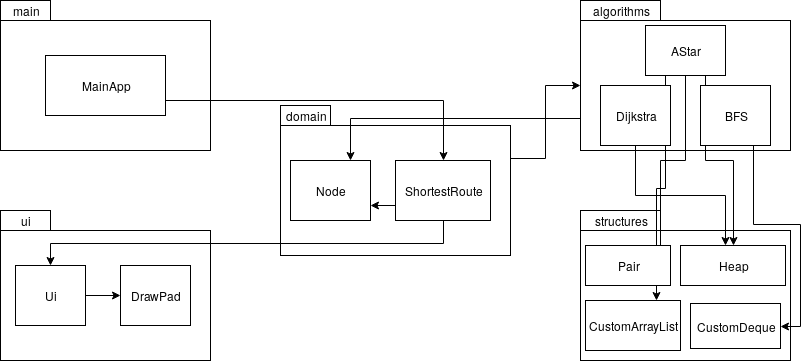
hartzka/ShortestPathSolver keeps this draw.io diagram as dokumentaatio/images/structure.png. Above is the earlier version. Source tidied: cells renumbered, new cells last; positions are measured from the earlier drawing's top-left corner, leaving out a move shared by most shapes.
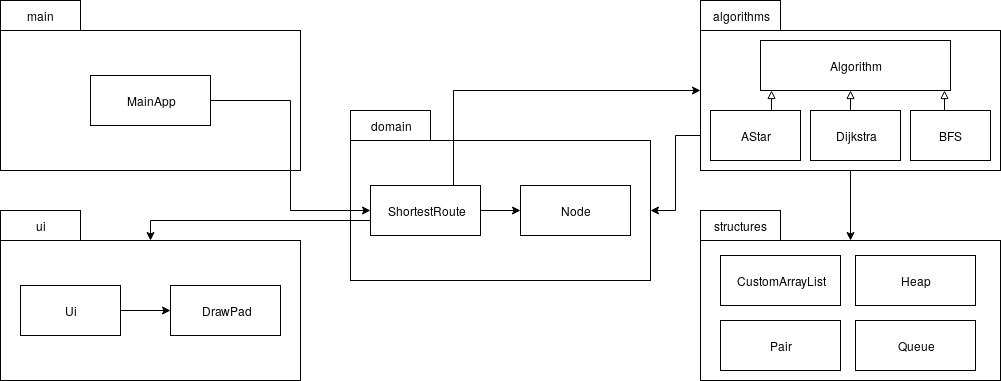
After the commit.

The edit, as a diff of the source:
```diff
@@ -2,104 +2,116 @@
   <root>
     <mxCell id="0" />
     <mxCell id="1" parent="0" />
-    <mxCell id="2" style="rounded=0;whiteSpace=wrap;html=1;" parent="1" vertex="1">
-      <mxGeometry y="20" width="210" height="130" as="geometry" />
-    </mxCell>
+    <mxCell id="35" style="rounded=0;whiteSpace=wrap;html=1;" parent="1" vertex="1">
+      <mxGeometry x="-40" y="105" width="300" height="140" as="geometry" />
+    </mxCell>
+    <mxCell id="36" style="rounded=0;whiteSpace=wrap;html=1;" parent="1" vertex="1">
+      <mxGeometry x="660" y="315" width="300" height="140" as="geometry" />
+    </mxCell>
+    <mxCell id="37" style="edgeStyle=orthogonalEdgeStyle;rounded=0;jettySize=auto;html=1;exitX=0;exitY=0.75;exitDx=0;exitDy=0;entryX=1;entryY=0.5;entryDx=0;entryDy=0;endArrow=classic;endFill=1;" parent="1" edge="1" source="39" target="40">
+      <mxGeometry relative="1" as="geometry" />
+    </mxCell>
+    <mxCell id="38" style="edgeStyle=orthogonalEdgeStyle;rounded=0;jettySize=auto;html=1;exitX=0.5;exitY=1;exitDx=0;exitDy=0;entryX=0.5;entryY=0;entryDx=0;entryDy=0;endArrow=classic;endFill=1;" parent="1" edge="1" source="39" target="36">
+      <mxGeometry relative="1" as="geometry" />
+    </mxCell>
+    <mxCell id="39" style="rounded=0;whiteSpace=wrap;html=1;" parent="1" vertex="1">
+      <mxGeometry x="660" y="105" width="300" height="140" as="geometry" />
+    </mxCell>
+    <mxCell id="40" style="rounded=0;whiteSpace=wrap;html=1;" parent="1" vertex="1">
+      <mxGeometry x="310" y="215" width="300" height="140" as="geometry" />
+    </mxCell>
+    <mxCell id="41" style="rounded=0;whiteSpace=wrap;html=1;" parent="1" vertex="1">
+      <mxGeometry x="-40" y="315" width="300" height="140" as="geometry" />
+    </mxCell>
+    <mxCell id="13" value="structures" style="rounded=0;whiteSpace=wrap;html=1;" parent="1" vertex="1">
+      <mxGeometry x="660" y="285" width="80" height="30" as="geometry" />
+    </mxCell>
+    <mxCell id="8" value="algorithms" style="rounded=0;whiteSpace=wrap;html=1;" parent="1" vertex="1">
+      <mxGeometry x="660" y="75" width="80" height="30" as="geometry" />
+    </mxCell>
+    <mxCell id="11" value="domain" style="rounded=0;whiteSpace=wrap;html=1;" parent="1" vertex="1">
+      <mxGeometry x="310" y="185" width="80" height="30" as="geometry" />
+    </mxCell>
     <mxCell id="3" value="main" style="rounded=0;whiteSpace=wrap;html=1;" parent="1" vertex="1">
-      <mxGeometry width="50" height="20" as="geometry" />
+      <mxGeometry x="-40" y="75" width="80" height="30" as="geometry" />
     </mxCell>
-    <mxCell id="4" style="rounded=0;whiteSpace=wrap;html=1;" parent="1" vertex="1">
-      <mxGeometry y="230" width="210" height="130" as="geometry" />
-    </mxCell>
     <mxCell id="5" value="ui" style="rounded=0;whiteSpace=wrap;html=1;" parent="1" vertex="1">
-      <mxGeometry y="210" width="50" height="20" as="geometry" />
+      <mxGeometry x="-40" y="285" width="80" height="30" as="geometry" />
     </mxCell>
-    <mxCell id="6" style="edgeStyle=orthogonalEdgeStyle;rounded=0;jettySize=auto;html=1;exitX=1;exitY=0.25;exitDx=0;exitDy=0;" parent="1" edge="1" source="7" target="10">
-      <mxGeometry relative="1" as="geometry" />
-    </mxCell>
-    <mxCell id="7" style="rounded=0;whiteSpace=wrap;html=1;" parent="1" vertex="1">
-      <mxGeometry x="280" y="125" width="230" height="130" as="geometry" />
-    </mxCell>
-    <mxCell id="8" value="algorithms" style="rounded=0;whiteSpace=wrap;html=1;" parent="1" vertex="1">
-      <mxGeometry x="580" width="80" height="20" as="geometry" />
-    </mxCell>
-    <mxCell id="9" style="edgeStyle=orthogonalEdgeStyle;rounded=0;jettySize=auto;html=1;exitX=0;exitY=0.75;exitDx=0;exitDy=0;entryX=0.75;entryY=0;entryDx=0;entryDy=0;" parent="1" edge="1" source="10" target="19">
-      <mxGeometry relative="1" as="geometry" />
-    </mxCell>
-    <mxCell id="10" style="rounded=0;whiteSpace=wrap;html=1;" parent="1" vertex="1">
-      <mxGeometry x="580" y="20" width="210" height="130" as="geometry" />
-    </mxCell>
-    <mxCell id="11" value="domain" style="rounded=0;whiteSpace=wrap;html=1;" parent="1" vertex="1">
-      <mxGeometry x="280" y="105" width="50" height="20" as="geometry" />
-    </mxCell>
-    <mxCell id="12" style="rounded=0;whiteSpace=wrap;html=1;" parent="1" vertex="1">
-      <mxGeometry x="580" y="230" width="210" height="130" as="geometry" />
-    </mxCell>
-    <mxCell id="13" value="structures" style="rounded=0;whiteSpace=wrap;html=1;" parent="1" vertex="1">
-      <mxGeometry x="580" y="210" width="80" height="20" as="geometry" />
-    </mxCell>
-    <mxCell id="14" style="edgeStyle=orthogonalEdgeStyle;rounded=0;jettySize=auto;html=1;exitX=1;exitY=0.75;exitDx=0;exitDy=0;" parent="1" edge="1" source="15" target="22">
-      <mxGeometry relative="1" as="geometry" />
-    </mxCell>
-    <mxCell id="15" value="MainApp" style="rounded=0;whiteSpace=wrap;html=1;" parent="1" vertex="1">
-      <mxGeometry x="45" y="55" width="120" height="60" as="geometry" />
-    </mxCell>
+    <mxCell id="42" value="Queue" style="rounded=0;whiteSpace=wrap;html=1;" parent="1" vertex="1">
+      <mxGeometry x="815" y="395" width="120" height="50" as="geometry" />
+    </mxCell>
+    <mxCell id="31" value="Pair" style="rounded=0;whiteSpace=wrap;html=1;" parent="1" vertex="1">
+      <mxGeometry x="680" y="395" width="120" height="50" as="geometry" />
+    </mxCell>
+    <mxCell id="32" value="Heap" style="rounded=0;whiteSpace=wrap;html=1;" parent="1" vertex="1">
+      <mxGeometry x="815" y="330" width="120" height="50" as="geometry" />
+    </mxCell>
+    <mxCell id="30" value="BFS" style="rounded=0;whiteSpace=wrap;html=1;" parent="1" vertex="1">
+      <mxGeometry x="870" y="185" width="80" height="50" as="geometry" />
+    </mxCell>
+    <mxCell id="28" value="Dijkstra" style="rounded=0;whiteSpace=wrap;html=1;" parent="1" vertex="1">
+      <mxGeometry x="770" y="185" width="90" height="50" as="geometry" />
+    </mxCell>
+    <mxCell id="43" style="edgeStyle=orthogonalEdgeStyle;rounded=0;jettySize=auto;html=1;exitX=0.75;exitY=0;exitDx=0;exitDy=0;entryX=0.056;entryY=1;entryDx=0;entryDy=0;entryPerimeter=0;endArrow=block;endFill=0;" parent="1" edge="1" source="26" target="44">
+      <mxGeometry relative="1" as="geometry" />
+    </mxCell>
+    <mxCell id="26" value="AStar" style="rounded=0;whiteSpace=wrap;html=1;" parent="1" vertex="1">
+      <mxGeometry x="670" y="185" width="90" height="50" as="geometry" />
+    </mxCell>
+    <mxCell id="44" value="Algorithm" style="rounded=0;whiteSpace=wrap;html=1;" parent="1" vertex="1">
+      <mxGeometry x="720" y="115" width="190" height="50" as="geometry" />
+    </mxCell>
+    <mxCell id="19" value="Node" style="rounded=0;whiteSpace=wrap;html=1;" parent="1" vertex="1">
+      <mxGeometry x="480" y="260" width="110" height="50" as="geometry" />
+    </mxCell>
+    <mxCell id="20" style="edgeStyle=orthogonalEdgeStyle;rounded=0;jettySize=auto;html=1;exitX=1;exitY=0.5;exitDx=0;exitDy=0;entryX=0;entryY=0.5;entryDx=0;entryDy=0;" parent="1" edge="1" source="22" target="19">
+      <mxGeometry relative="1" as="geometry" />
+    </mxCell>
+    <mxCell id="45" style="edgeStyle=orthogonalEdgeStyle;rounded=0;jettySize=auto;html=1;exitX=0;exitY=0.75;exitDx=0;exitDy=0;entryX=0.5;entryY=0;entryDx=0;entryDy=0;" parent="1" edge="1" source="22" target="41">
+      <mxGeometry relative="1" as="geometry">
+        <Array as="points">
+          <mxPoint x="330" y="295" />
+          <mxPoint x="110" y="295" />
+        </Array>
+      </mxGeometry>
+    </mxCell>
+    <mxCell id="46" style="edgeStyle=orthogonalEdgeStyle;rounded=0;jettySize=auto;html=1;exitX=0.75;exitY=0;exitDx=0;exitDy=0;entryX=0;entryY=0.429;entryDx=0;entryDy=0;entryPerimeter=0;" parent="1" edge="1" source="22" target="39">
+      <mxGeometry relative="1" as="geometry" />
+    </mxCell>
+    <mxCell id="22" value="ShortestRoute" style="rounded=0;whiteSpace=wrap;html=1;" parent="1" vertex="1">
+      <mxGeometry x="330" y="260" width="110" height="50" as="geometry" />
+    </mxCell>
     <mxCell id="16" value="DrawPad" style="rounded=0;whiteSpace=wrap;html=1;" parent="1" vertex="1">
-      <mxGeometry x="120" y="265" width="70" height="60" as="geometry" />
+      <mxGeometry x="130" y="360" width="110" height="50" as="geometry" />
     </mxCell>
-    <mxCell id="17" style="edgeStyle=orthogonalEdgeStyle;rounded=0;jettySize=auto;html=1;exitX=1;exitY=0.5;exitDx=0;exitDy=0;entryX=0;entryY=0.5;entryDx=0;entryDy=0;" parent="1" edge="1" source="18" target="16">
+    <mxCell id="17" style="edgeStyle=orthogonalEdgeStyle;rounded=0;jettySize=auto;html=1;exitX=1;exitY=0.5;exitDx=0;exitDy=0;" parent="1" edge="1" source="18" target="16">
       <mxGeometry relative="1" as="geometry" />
     </mxCell>
     <mxCell id="18" value="Ui" style="rounded=0;whiteSpace=wrap;html=1;" parent="1" vertex="1">
-      <mxGeometry x="15" y="265" width="70" height="60" as="geometry" />
+      <mxGeometry x="-20" y="360" width="100" height="50" as="geometry" />
     </mxCell>
-    <mxCell id="19" value="Node" style="rounded=0;whiteSpace=wrap;html=1;" parent="1" vertex="1">
-      <mxGeometry x="290" y="160" width="80" height="60" as="geometry" />
-    </mxCell>
-    <mxCell id="20" style="edgeStyle=orthogonalEdgeStyle;rounded=0;jettySize=auto;html=1;exitX=0;exitY=0.75;exitDx=0;exitDy=0;entryX=1;entryY=0.75;entryDx=0;entryDy=0;" parent="1" edge="1" source="22" target="19">
-      <mxGeometry relative="1" as="geometry" />
-    </mxCell>
-    <mxCell id="21" style="edgeStyle=orthogonalEdgeStyle;rounded=0;jettySize=auto;html=1;exitX=0.5;exitY=1;exitDx=0;exitDy=0;" parent="1" edge="1" source="22" target="18">
-      <mxGeometry relative="1" as="geometry" />
-    </mxCell>
-    <mxCell id="22" value="ShortestRoute" style="rounded=0;whiteSpace=wrap;html=1;" parent="1" vertex="1">
-      <mxGeometry x="395" y="160" width="95" height="60" as="geometry" />
-    </mxCell>
-    <mxCell id="23" style="edgeStyle=orthogonalEdgeStyle;rounded=0;jettySize=auto;html=1;exitX=0.5;exitY=1;exitDx=0;exitDy=0;entryX=0.882;entryY=0.25;entryDx=0;entryDy=0;entryPerimeter=0;" parent="1" edge="1" source="26" target="31">
-      <mxGeometry relative="1" as="geometry" />
-    </mxCell>
-    <mxCell id="24" style="edgeStyle=orthogonalEdgeStyle;rounded=0;jettySize=auto;html=1;exitX=0.75;exitY=1;exitDx=0;exitDy=0;entryX=0.5;entryY=0;entryDx=0;entryDy=0;" parent="1" edge="1" source="26" target="32">
-      <mxGeometry relative="1" as="geometry" />
-    </mxCell>
-    <mxCell id="25" style="edgeStyle=orthogonalEdgeStyle;rounded=0;jettySize=auto;html=1;exitX=0.25;exitY=1;exitDx=0;exitDy=0;entryX=0.75;entryY=0;entryDx=0;entryDy=0;" parent="1" edge="1" source="26" target="33">
-      <mxGeometry relative="1" as="geometry" />
-    </mxCell>
-    <mxCell id="26" value="AStar" style="rounded=0;whiteSpace=wrap;html=1;" parent="1" vertex="1">
-      <mxGeometry x="645" y="25" width="80" height="50" as="geometry" />
-    </mxCell>
-    <mxCell id="27" style="edgeStyle=orthogonalEdgeStyle;rounded=0;jettySize=auto;html=1;exitX=0.5;exitY=1;exitDx=0;exitDy=0;entryX=0.429;entryY=0;entryDx=0;entryDy=0;entryPerimeter=0;" parent="1" edge="1" source="28" target="32">
-      <mxGeometry relative="1" as="geometry" />
-    </mxCell>
-    <mxCell id="28" value="Dijkstra" style="rounded=0;whiteSpace=wrap;html=1;" parent="1" vertex="1">
-      <mxGeometry x="600" y="85" width="70" height="60" as="geometry" />
-    </mxCell>
-    <mxCell id="29" style="edgeStyle=orthogonalEdgeStyle;rounded=0;jettySize=auto;html=1;exitX=0.75;exitY=1;exitDx=0;exitDy=0;entryX=1;entryY=0.5;entryDx=0;entryDy=0;" parent="1" edge="1" source="30" target="34">
-      <mxGeometry relative="1" as="geometry" />
-    </mxCell>
-    <mxCell id="30" value="BFS" style="rounded=0;whiteSpace=wrap;html=1;" parent="1" vertex="1">
-      <mxGeometry x="700" y="85" width="70" height="60" as="geometry" />
-    </mxCell>
-    <mxCell id="31" value="Pair" style="rounded=0;whiteSpace=wrap;html=1;" parent="1" vertex="1">
-      <mxGeometry x="585" y="245" width="85" height="40" as="geometry" />
-    </mxCell>
-    <mxCell id="32" value="Heap" style="rounded=0;whiteSpace=wrap;html=1;" parent="1" vertex="1">
-      <mxGeometry x="680" y="245" width="105" height="40" as="geometry" />
-    </mxCell>
+    <mxCell id="14" style="edgeStyle=orthogonalEdgeStyle;rounded=0;jettySize=auto;html=1;exitX=1;exitY=0.5;exitDx=0;exitDy=0;entryX=0;entryY=0.5;entryDx=0;entryDy=0;" parent="1" edge="1" source="15" target="22">
+      <mxGeometry relative="1" as="geometry" />
+    </mxCell>
+    <mxCell id="15" value="MainApp" style="rounded=0;whiteSpace=wrap;html=1;" parent="1" vertex="1">
+      <mxGeometry x="50" y="150" width="120" height="50" as="geometry" />
+    </mxCell>
     <mxCell id="33" value="CustomArrayList" style="rounded=0;whiteSpace=wrap;html=1;" parent="1" vertex="1">
-      <mxGeometry x="585" y="300" width="95" height="50" as="geometry" />
+      <mxGeometry x="680" y="330" width="120" height="50" as="geometry" />
     </mxCell>
-    <mxCell id="34" value="CustomDeque" style="rounded=0;whiteSpace=wrap;html=1;" parent="1" vertex="1">
-      <mxGeometry x="690" y="303" width="90" height="45" as="geometry" />
-    </mxCell>
+    <mxCell id="47" style="edgeStyle=orthogonalEdgeStyle;rounded=0;jettySize=auto;html=1;entryX=0.967;entryY=1;entryDx=0;entryDy=0;entryPerimeter=0;endArrow=block;endFill=0;" parent="1" edge="1" target="44">
+      <mxGeometry relative="1" as="geometry">
+        <mxPoint x="899" y="185" as="sourcePoint" />
+      </mxGeometry>
+    </mxCell>
+    <mxCell id="48" style="edgeStyle=orthogonalEdgeStyle;rounded=0;jettySize=auto;html=1;endArrow=block;endFill=0;" parent="1" edge="1" target="44">
+      <mxGeometry relative="1" as="geometry">
+        <mxPoint x="810" y="185" as="sourcePoint" />
+        <Array as="points">
+          <mxPoint x="810" y="185" />
+        </Array>
+      </mxGeometry>
+    </mxCell>
   </root>
 </mxGraphModel>
```
